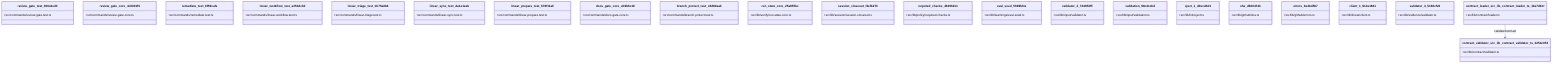
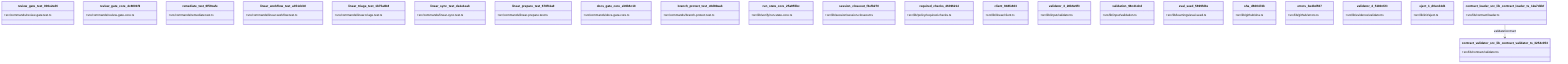
classDiagram
  class review_gate_test_000e2ed6 {
    +src/commands/review-gate.test.ts
  }
  class review_gate_core_4c8001f9 {
    +src/commands/review-gate-core.ts
  }
  class remediate_test_6f59cafe {
    +src/commands/remediate.test.ts
  }
  class linear_workflow_test_a351dcb0 {
    +src/commands/linear-workflow.test.ts
  }
  class linear_triage_test_1b75a8b8 {
    +src/commands/linear-triage.test.ts
  }
  class linear_sync_test_da1e1eab {
    +src/commands/linear-sync.test.ts
  }
  class linear_prepare_test_678f11a9 {
    +src/commands/linear-prepare.test.ts
  }
  class docs_gate_core_eb9b6c18 {
    +src/commands/docs-gate-core.ts
  }
  class branch_protect_test_c8d80aab {
    +src/commands/branch-protect.test.ts
  }
  class run_state_core_25a955bc {
    +src/lib/verify/run-state-core.ts
  }
  class session_closeout_f3efb270 {
    +src/lib/session/session-closeout.ts
  }
  class required_checks_46396214 {
    +src/lib/policy/required-checks.ts
  }
-   class eval_seed_5699fd3e {
-     +src/lib/learnings/eval-seed.ts
+   class client_948fe603 {
+     +src/lib/linear/client.ts
  }
-   class validator_2_744853f5 {
+   class validator_3_28b6e9f3 {
    +src/lib/input/validator.ts
  }
  class validation_98c41dcd {
    +src/lib/input/validation.ts
  }
-   class eject_1_d0ecd4d1 {
-     +src/lib/init/eject.ts
+   class eval_seed_5699fd3e {
+     +src/lib/learnings/eval-seed.ts
  }
  class sha_d600474b {
    +src/lib/github/sha.ts
  }
  class errors_be4bd567 {
    +src/lib/github/errors.ts
  }
-   class client_1_914e1681 {
-     +src/lib/linear/client.ts
-   }
  class validator_4_5180cf23 {
    +src/lib/evidence/validator.ts
+   }
+   class eject_1_d0ecd4d1 {
+     +src/lib/init/eject.ts
  }
  class contract_loader_src_lib_contract_loader_ts_12a7d1bf {
    +src/lib/contract/loader.ts
  }
  class contract_validator_src_lib_contract_validator_ts_3254c053 {
    +src/lib/contract/validator.ts
  }
  contract_loader_src_lib_contract_loader_ts_12a7d1bf --> contract_validator_src_lib_contract_validator_ts_3254c053 : validateContract
